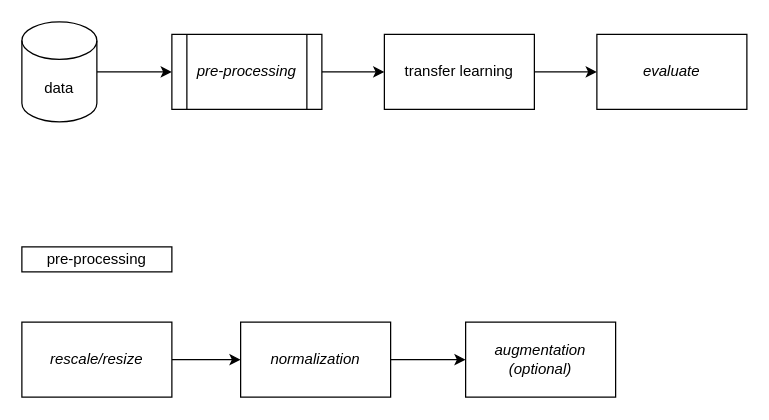
caesariodito/k-thesis keeps this draw.io diagram as proposal/diagram.drawio. Above is the earlier version. Source tidied: cells renumbered, new cells numbered last; positions are measured from the earlier drawing's top-left corner, leaving out a move shared by most shapes. Both pictures are drawn from the tidied source at 125%, with x=0, y=0 at pixel (21, 21).
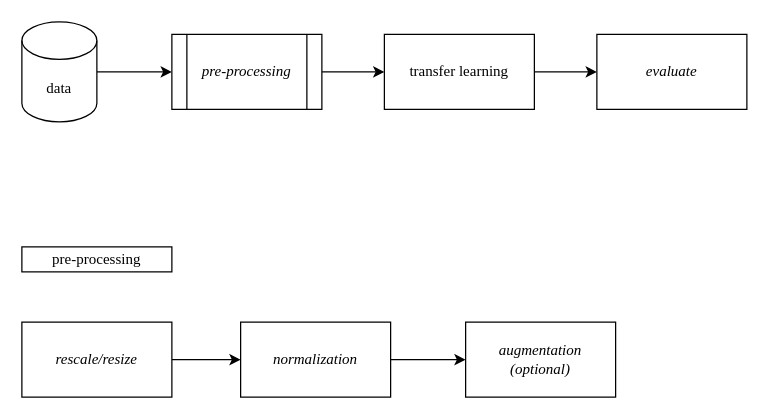
After the change.

Commit message:
update font to times new roman

Change to the diagram source:
```diff
@@
 <mxGraphModel>
   <root>
     <mxCell id="0" />
     <mxCell id="1" parent="0" />
     <mxCell id="2" style="edgeStyle=orthogonalEdgeStyle;rounded=0;jettySize=auto;html=1;entryX=0;entryY=0.5;entryDx=0;entryDy=0;" parent="1" edge="1" source="3" target="5">
       <mxGeometry relative="1" as="geometry" />
     </mxCell>
-    <mxCell id="3" value="data" style="shape=cylinder3;whiteSpace=wrap;html=1;boundedLbl=1;backgroundOutline=1;size=15;" parent="1" vertex="1">
+    <mxCell id="3" value="&lt;font face=&quot;Times New Roman&quot;&gt;data&lt;/font&gt;" style="shape=cylinder3;whiteSpace=wrap;html=1;boundedLbl=1;backgroundOutline=1;size=15;" parent="1" vertex="1">
       <mxGeometry width="60" height="80" as="geometry" />
     </mxCell>
     <mxCell id="4" style="edgeStyle=orthogonalEdgeStyle;rounded=0;jettySize=auto;html=1;entryX=0;entryY=0.5;entryDx=0;entryDy=0;" parent="1" edge="1" source="5" target="14">
       <mxGeometry relative="1" as="geometry" />
     </mxCell>
-    <mxCell id="5" value="&lt;i&gt;pre-processing&lt;/i&gt;" style="shape=process;whiteSpace=wrap;html=1;backgroundOutline=1;" parent="1" vertex="1">
+    <mxCell id="5" value="&lt;i&gt;&lt;font face=&quot;Times New Roman&quot;&gt;pre-processing&lt;/font&gt;&lt;/i&gt;" style="shape=process;whiteSpace=wrap;html=1;backgroundOutline=1;" parent="1" vertex="1">
       <mxGeometry x="120" y="10" width="120" height="60" as="geometry" />
     </mxCell>
     <mxCell id="6" style="edgeStyle=orthogonalEdgeStyle;rounded=0;jettySize=auto;html=1;exitX=1;exitY=0.5;exitDx=0;exitDy=0;" parent="1" edge="1" source="14" target="7">
       <mxGeometry relative="1" as="geometry" />
     </mxCell>
-    <mxCell id="7" value="&lt;i&gt;evaluate&lt;/i&gt;" style="rounded=0;whiteSpace=wrap;html=1;" parent="1" vertex="1">
+    <mxCell id="7" value="&lt;i&gt;&lt;font face=&quot;Times New Roman&quot;&gt;evaluate&lt;/font&gt;&lt;/i&gt;" style="rounded=0;whiteSpace=wrap;html=1;" parent="1" vertex="1">
       <mxGeometry x="460" y="10" width="120" height="60" as="geometry" />
     </mxCell>
     <mxCell id="8" style="edgeStyle=orthogonalEdgeStyle;rounded=0;jettySize=auto;html=1;" parent="1" edge="1" source="9" target="11">
       <mxGeometry relative="1" as="geometry" />
     </mxCell>
-    <mxCell id="9" value="&lt;i&gt;rescale/resize&lt;/i&gt;" style="rounded=0;whiteSpace=wrap;html=1;" parent="1" vertex="1">
+    <mxCell id="9" value="&lt;i&gt;&lt;font face=&quot;Times New Roman&quot;&gt;rescale/resize&lt;/font&gt;&lt;/i&gt;" style="rounded=0;whiteSpace=wrap;html=1;" parent="1" vertex="1">
       <mxGeometry y="240.2" width="120" height="60" as="geometry" />
     </mxCell>
     <mxCell id="10" style="edgeStyle=orthogonalEdgeStyle;rounded=0;jettySize=auto;html=1;" parent="1" edge="1" source="11" target="12">
       <mxGeometry relative="1" as="geometry" />
     </mxCell>
-    <mxCell id="11" value="&lt;i&gt;normalization&lt;/i&gt;" style="rounded=0;whiteSpace=wrap;html=1;" parent="1" vertex="1">
+    <mxCell id="11" value="&lt;i&gt;&lt;font face=&quot;Times New Roman&quot;&gt;normalization&lt;/font&gt;&lt;/i&gt;" style="rounded=0;whiteSpace=wrap;html=1;" parent="1" vertex="1">
       <mxGeometry x="175" y="240.2" width="120" height="60" as="geometry" />
     </mxCell>
-    <mxCell id="12" value="&lt;i&gt;augmentation (optional)&lt;/i&gt;" style="rounded=0;whiteSpace=wrap;html=1;" parent="1" vertex="1">
+    <mxCell id="12" value="&lt;i&gt;&lt;font face=&quot;Times New Roman&quot;&gt;augmentation&lt;br&gt;(optional)&lt;/font&gt;&lt;/i&gt;" style="rounded=0;whiteSpace=wrap;html=1;" parent="1" vertex="1">
       <mxGeometry x="355" y="240.2" width="120" height="60" as="geometry" />
     </mxCell>
-    <mxCell id="13" value="pre-processing" style="rounded=0;whiteSpace=wrap;html=1;" parent="1" vertex="1">
+    <mxCell id="13" value="&lt;font face=&quot;Times New Roman&quot;&gt;pre-processing&lt;/font&gt;" style="rounded=0;whiteSpace=wrap;html=1;" parent="1" vertex="1">
       <mxGeometry y="180" width="120" height="20" as="geometry" />
     </mxCell>
-    <mxCell id="14" value="transfer learning" style="rounded=0;whiteSpace=wrap;html=1;" parent="1" vertex="1">
+    <mxCell id="14" value="&lt;font face=&quot;Times New Roman&quot;&gt;transfer learning&lt;/font&gt;" style="rounded=0;whiteSpace=wrap;html=1;" parent="1" vertex="1">
       <mxGeometry x="290" y="10" width="120" height="60" as="geometry" />
     </mxCell>
   </root>
 </mxGraphModel>
```
